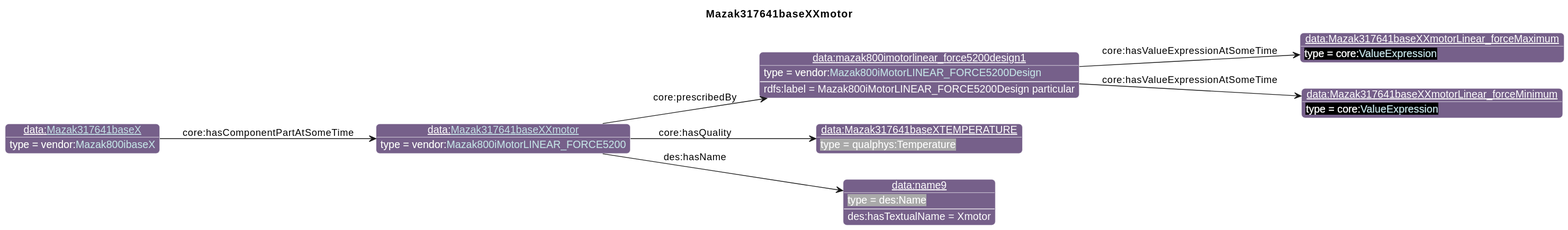
iofoundry/example-syseng-mtconnect keeps this PlantUML diagram as diagrams/Mazak317641baseXXmotor.svg. Above is the earlier version.
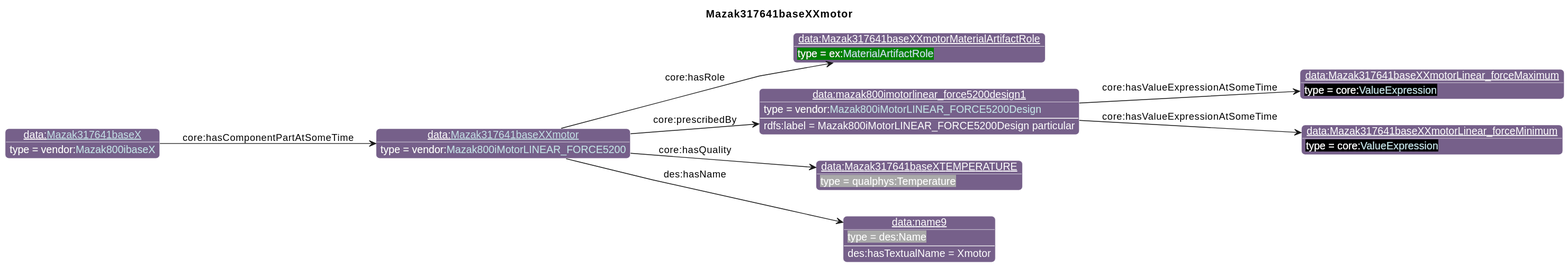
The same file after the commit.

What changed in the source:
```diff
@@ -26,18 +26,20 @@
                       "qp":"641B2E"
       }
 individual(o0, data:[[./Mazak317641baseXXmotor.html Mazak317641baseXXmotor]], vendor:[[../Mazak.html#Mazak800iMotorLINEAR_FORCE5200 Mazak800iMotorLINEAR_FORCE5200]])
-individual(o1, data:mazak800imotorlinear_force5200design1, vendor:[[../Mazak.html#Mazak800iMotorLINEAR_FORCE5200Design Mazak800iMotorLINEAR_FORCE5200Design]])
-individual(o2, data:Mazak317641baseXXmotorLinear_forceMaximum, core:[[https://spec.industrialontologies.org/ontology/core/Core/ValueExpression ValueExpression]])
-individual(o3, data:Mazak317641baseXXmotorLinear_forceMinimum, core:[[https://spec.industrialontologies.org/ontology/core/Core/ValueExpression ValueExpression]])
-individual(o4, data:Mazak317641baseXTEMPERATURE, qualphys:Temperature)
-individual(o5, data:name9, des:Name)
-individual(o6, data:[[./Mazak317641baseX.html Mazak317641baseX]], vendor:[[../Mazak.html#Mazak800ibaseX Mazak800ibaseX]])
-property(o0, "core:prescribedBy", o1)
-data(o1, "rdfs:label", "Mazak800iMotorLINEAR_FORCE5200Design particular")
-property(o1, "core:hasValueExpressionAtSomeTime", o2)
-property(o1, "core:hasValueExpressionAtSomeTime", o3)
-property(o0, "core:hasQuality", o4)
-property(o0, "des:hasName", o5)
-data(o5, "des:hasTextualName", "Xmotor")
-property(o6, "core:hasComponentPartAtSomeTime", o0)
+individual(o1, data:Mazak317641baseXXmotorMaterialArtifactRole, ex:[[../Example.html#MaterialArtifactRole MaterialArtifactRole]])
+individual(o2, data:mazak800imotorlinear_force5200design1, vendor:[[../Mazak.html#Mazak800iMotorLINEAR_FORCE5200Design Mazak800iMotorLINEAR_FORCE5200Design]])
+individual(o3, data:Mazak317641baseXXmotorLinear_forceMaximum, core:[[https://spec.industrialontologies.org/ontology/core/Core/ValueExpression ValueExpression]])
+individual(o4, data:Mazak317641baseXXmotorLinear_forceMinimum, core:[[https://spec.industrialontologies.org/ontology/core/Core/ValueExpression ValueExpression]])
+individual(o5, data:Mazak317641baseXTEMPERATURE, qualphys:Temperature)
+individual(o6, data:name9, des:Name)
+individual(o7, data:[[./Mazak317641baseX.html Mazak317641baseX]], vendor:[[../Mazak.html#Mazak800ibaseX Mazak800ibaseX]])
+property(o0, "core:hasRole", o1)
+property(o0, "core:prescribedBy", o2)
+data(o2, "rdfs:label", "Mazak800iMotorLINEAR_FORCE5200Design particular")
+property(o2, "core:hasValueExpressionAtSomeTime", o3)
+property(o2, "core:hasValueExpressionAtSomeTime", o4)
+property(o0, "core:hasQuality", o5)
+property(o0, "des:hasName", o6)
+data(o6, "des:hasTextualName", "Xmotor")
+property(o7, "core:hasComponentPartAtSomeTime", o0)
 @enduml
```
